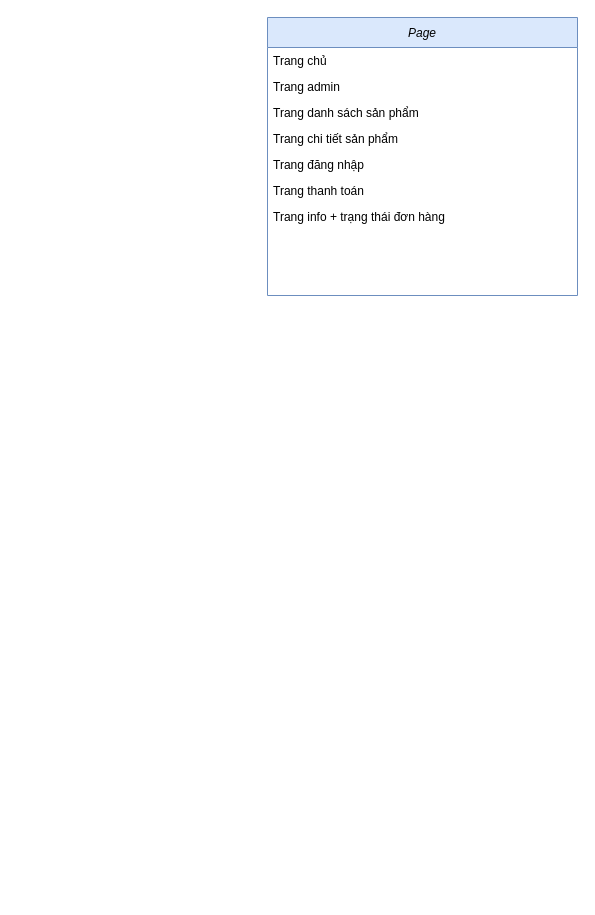
Before: page "Page-1" (1 of 3) of Biểu đồ không có tiêu đề.drawio in GiaDuccc/shop-api, a draw.io diagram. Source tidied: cells renumbered, new cells numbered last; positions are measured from the earlier drawing's top-left corner, leaving out a move shared by most shapes. Both pictures are drawn from the tidied source at 100%, with x=0, y=0 at pixel (267, 17).
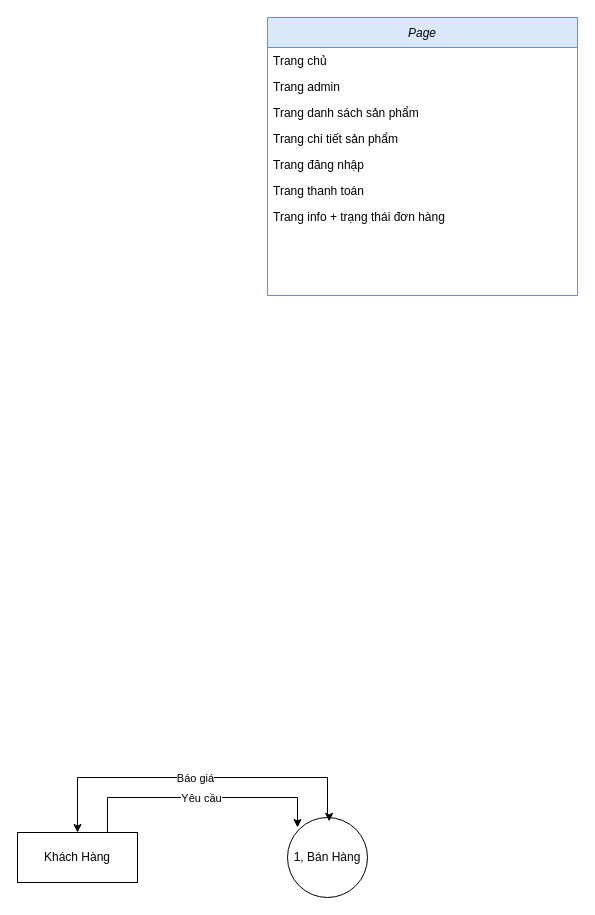
After the change.

What changed in the source:
```diff
@@
+    <mxCell id="10" value="1, Bán Hàng" style="ellipse;whiteSpace=wrap;html=1;" parent="1" vertex="1">
+      <mxGeometry x="20" y="800" width="80" height="80" as="geometry" />
+    </mxCell>
+    <mxCell id="11" value="Khách Hàng" style="rounded=0;whiteSpace=wrap;html=1;" parent="1" vertex="1">
+      <mxGeometry x="-250" y="815" width="120" height="50" as="geometry" />
+    </mxCell>
+    <mxCell id="12" style="endArrow=classic;html=1;rounded=0;exitX=0.75;exitY=0;exitDx=0;exitDy=0;entryX=0.125;entryY=0.125;entryDx=0;entryDy=0;entryPerimeter=0;" parent="1" edge="1" source="11" target="10">
+      <mxGeometry relative="1" as="geometry">
+        <Array as="points">
+          <mxPoint x="-160" y="780" />
+          <mxPoint x="30" y="780" />
+        </Array>
+      </mxGeometry>
+    </mxCell>
+    <mxCell id="13" value="Yêu cầu" style="edgeLabel;html=1;align=center;verticalAlign=middle;" parent="12" vertex="1">
+      <mxGeometry relative="1" as="geometry" />
+    </mxCell>
+    <mxCell id="14" style="endArrow=classic;html=1;rounded=0;entryX=0.5;entryY=0;entryDx=0;entryDy=0;exitX=0.5;exitY=0;exitDx=0;exitDy=0;" parent="1" edge="1" source="10" target="11">
+      <mxGeometry relative="1" as="geometry">
+        <Array as="points">
+          <mxPoint x="60" y="760" />
+          <mxPoint x="-190" y="760" />
+        </Array>
+      </mxGeometry>
+    </mxCell>
+    <mxCell id="15" value="Báo giá" style="edgeLabel;html=1;align=center;verticalAlign=middle;" parent="14" vertex="1">
+      <mxGeometry relative="1" as="geometry" />
+    </mxCell>
+    <mxCell id="16" style="edgeStyle=orthogonalEdgeStyle;rounded=0;orthogonalLoop=1;jettySize=auto;html=1;exitX=0.5;exitY=0;exitDx=0;exitDy=0;entryX=0.52;entryY=0.048;entryDx=0;entryDy=0;entryPerimeter=0;" parent="1" edge="1" source="10" target="10">
+      <mxGeometry relative="1" as="geometry" />
+    </mxCell>
```
